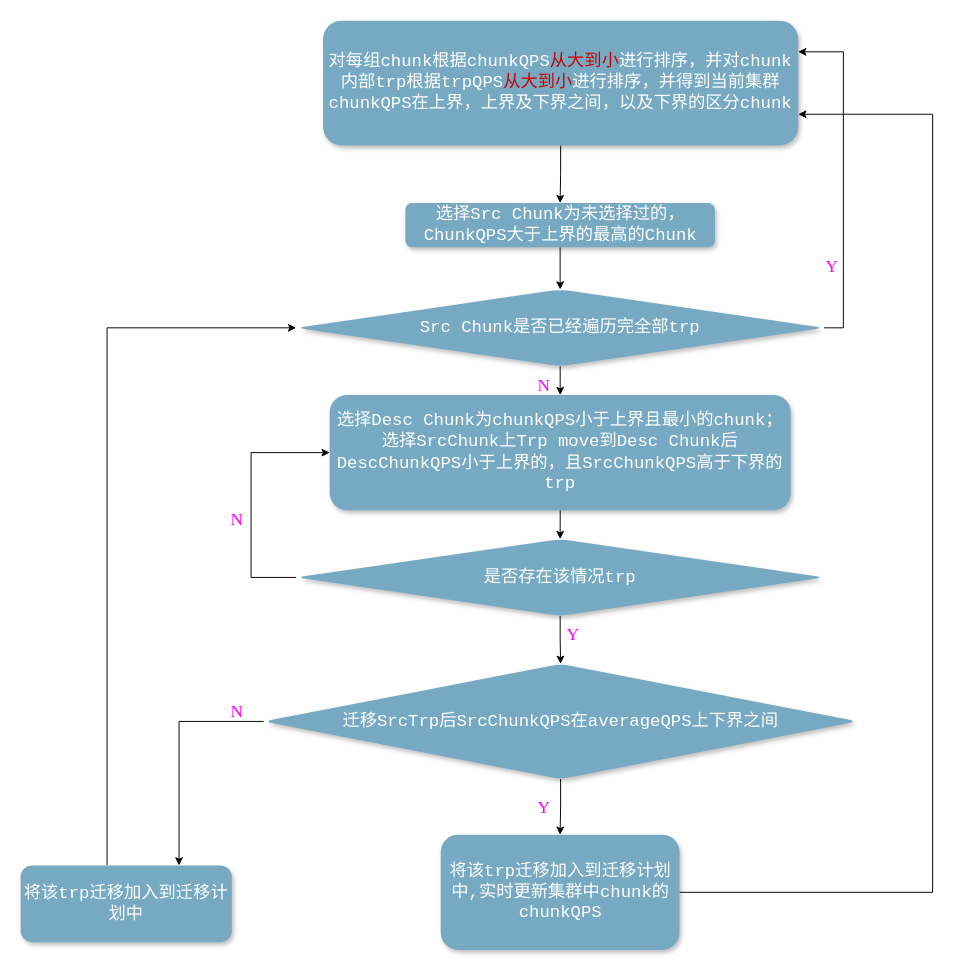
The draw.io diagram page "自平衡new" (3 of 16) of Untitled Diagram.drawio in SoraNimi/lbs-master, before the edit. Source tidied: cells renumbered, new cells numbered last; positions are measured from the earlier drawing's top-left corner, leaving out a move shared by most shapes. Both pictures are drawn from the tidied source at 96%, with x=0, y=0 at pixel (20, 20).
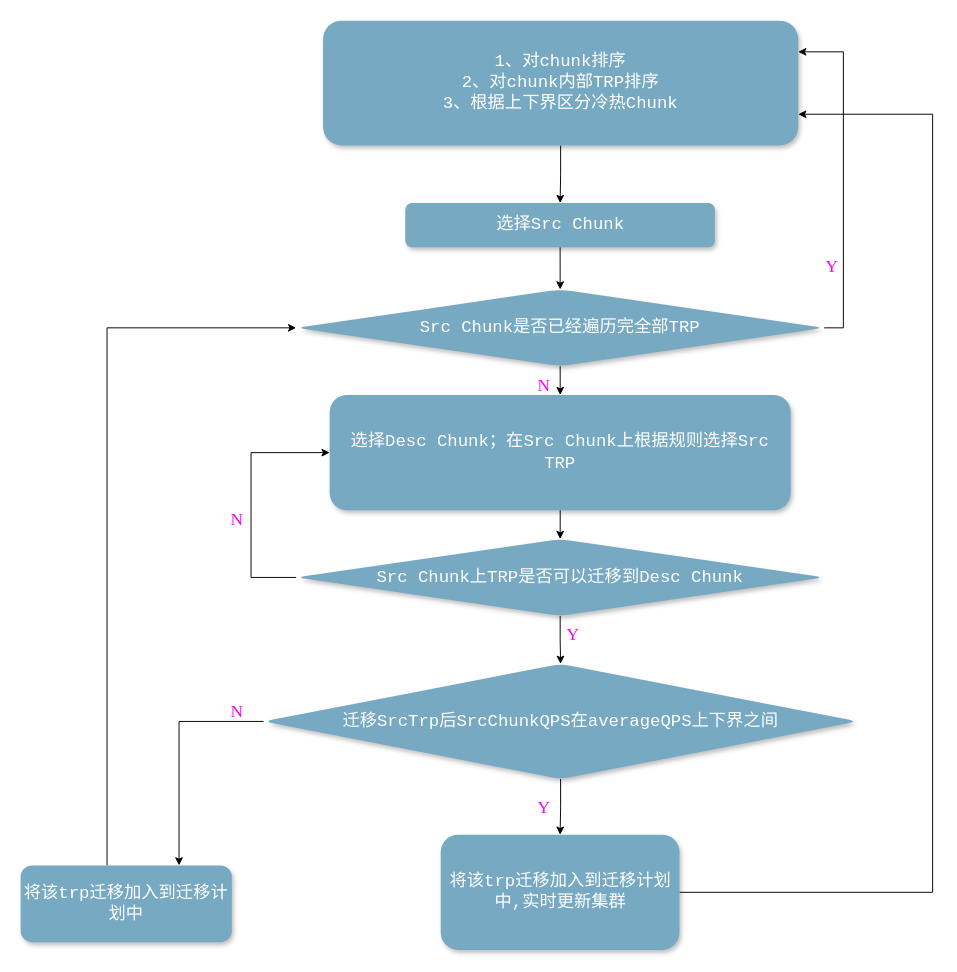
The same page after the edit.

The edit, as a diff of the source:
```diff
@@
-    <mxCell id="3" value="&lt;font style=&quot;font-size: 18px&quot;&gt;对每组chunk根据chunkQPS&lt;font color=&quot;#cc0000&quot;&gt;从大到小&lt;/font&gt;进行排序，并对chunk内部trp根据trpQPS&lt;font color=&quot;#cc0000&quot;&gt;从大到小&lt;/font&gt;进行排序，并得到当前集群chunkQPS在上界，上界及下界之间，以及下界的区分chunk&lt;/font&gt;" style="rounded=1;whiteSpace=wrap;html=1;fillColor=#77aac2;strokeColor=none;shadow=1;glass=0;comic=0;gradientColor=none;fontFamily=Courier New;fontColor=#FFFFFF;" parent="1" vertex="1">
+    <mxCell id="3" value="&lt;font style=&quot;font-size: 18px&quot;&gt;1、对chunk排序&lt;br&gt;2、对chunk内部TRP排序&lt;br&gt;3、根据上下界区分冷热Chunk&lt;/font&gt;" style="rounded=1;whiteSpace=wrap;html=1;fillColor=#77aac2;strokeColor=none;shadow=1;glass=0;comic=0;gradientColor=none;fontFamily=Courier New;fontColor=#FFFFFF;" parent="1" vertex="1">
       <mxGeometry x="315" width="495" height="130" as="geometry" />
     </mxCell>
@@
-    <mxCell id="7" value="&lt;span style=&quot;font-size: 18px&quot;&gt;是否存在该情况trp&lt;/span&gt;" style="rhombus;whiteSpace=wrap;html=1;fontFamily=Courier New;fillColor=#77aac2;strokeColor=none;fontColor=#FFFFFF;rounded=1;shadow=1;glass=0;comic=0;gradientColor=none;" parent="1" vertex="1">
+    <mxCell id="7" value="&lt;span style=&quot;font-size: 18px&quot;&gt;Src Chunk上TRP是否可以迁移到Desc Chunk&lt;/span&gt;" style="rhombus;whiteSpace=wrap;html=1;fontFamily=Courier New;fillColor=#77aac2;strokeColor=none;fontColor=#FFFFFF;rounded=1;shadow=1;glass=0;comic=0;gradientColor=none;" parent="1" vertex="1">
       <mxGeometry x="287" y="540" width="550" height="80" as="geometry" />
     </mxCell>
@@
-    <mxCell id="12" value="&lt;font style=&quot;font-size: 18px&quot;&gt;将该trp迁移加入到迁移计划中,实时更新集群中chunk的chunkQPS&lt;/font&gt;" style="whiteSpace=wrap;html=1;fontFamily=Courier New;fillColor=#77aac2;strokeColor=none;fontColor=#FFFFFF;rounded=1;shadow=1;glass=0;comic=0;gradientColor=none;" parent="1" vertex="1">
+    <mxCell id="12" value="&lt;font style=&quot;font-size: 18px&quot;&gt;将该trp迁移加入到迁移计划中,实时更新集群&lt;/font&gt;" style="whiteSpace=wrap;html=1;fontFamily=Courier New;fillColor=#77aac2;strokeColor=none;fontColor=#FFFFFF;rounded=1;shadow=1;glass=0;comic=0;gradientColor=none;" parent="1" vertex="1">
       <mxGeometry x="437.6" y="848" width="248.7" height="120" as="geometry" />
     </mxCell>
@@
-    <mxCell id="16" value="&lt;font style=&quot;font-size: 18px&quot;&gt;选择Src Chunk为未选择过的，ChunkQPS大于上界的最高的Chunk&lt;/font&gt;" style="rounded=1;whiteSpace=wrap;html=1;fillColor=#77aac2;strokeColor=none;shadow=1;glass=0;comic=0;gradientColor=none;fontFamily=Courier New;fontColor=#FFFFFF;" parent="1" vertex="1">
+    <mxCell id="16" value="&lt;font style=&quot;font-size: 18px&quot;&gt;选择Src Chunk&lt;/font&gt;" style="rounded=1;whiteSpace=wrap;html=1;fillColor=#77aac2;strokeColor=none;shadow=1;glass=0;comic=0;gradientColor=none;fontFamily=Courier New;fontColor=#FFFFFF;" parent="1" vertex="1">
       <mxGeometry x="400.7" y="190" width="322.5" height="46" as="geometry" />
     </mxCell>
-    <mxCell id="17" value="&lt;span style=&quot;font-size: 18px&quot;&gt;选择Desc Chunk为chunkQPS小于上界且最小的chunk；选择SrcChunk上Trp move到Desc Chunk后DescChunkQPS小于上界的，且SrcChunkQPS高于下界的trp&lt;/span&gt;" style="rounded=1;whiteSpace=wrap;html=1;fillColor=#77aac2;strokeColor=none;shadow=1;glass=0;comic=0;gradientColor=none;fontFamily=Courier New;fontColor=#FFFFFF;" parent="1" vertex="1">
+    <mxCell id="17" value="&lt;span style=&quot;font-size: 18px&quot;&gt;选择Desc Chunk；在Src Chunk上根据规则选择Src TRP&lt;/span&gt;" style="rounded=1;whiteSpace=wrap;html=1;fillColor=#77aac2;strokeColor=none;shadow=1;glass=0;comic=0;gradientColor=none;fontFamily=Courier New;fontColor=#FFFFFF;" parent="1" vertex="1">
       <mxGeometry x="321.9" y="390" width="480.3" height="120" as="geometry" />
     </mxCell>
@@
-    <mxCell id="21" value="&lt;font style=&quot;font-size: 18px&quot;&gt;Src Chunk是否已经遍历完全部trp&lt;/font&gt;" style="rhombus;whiteSpace=wrap;html=1;fontFamily=Courier New;fillColor=#77aac2;strokeColor=none;fontColor=#FFFFFF;rounded=1;shadow=1;glass=0;comic=0;gradientColor=none;" parent="1" vertex="1">
+    <mxCell id="21" value="&lt;font style=&quot;font-size: 18px&quot;&gt;Src Chunk是否已经遍历完全部TRP&lt;/font&gt;" style="rhombus;whiteSpace=wrap;html=1;fontFamily=Courier New;fillColor=#77aac2;strokeColor=none;fontColor=#FFFFFF;rounded=1;shadow=1;glass=0;comic=0;gradientColor=none;" parent="1" vertex="1">
       <mxGeometry x="287" y="280" width="550" height="80" as="geometry" />
     </mxCell>
```
